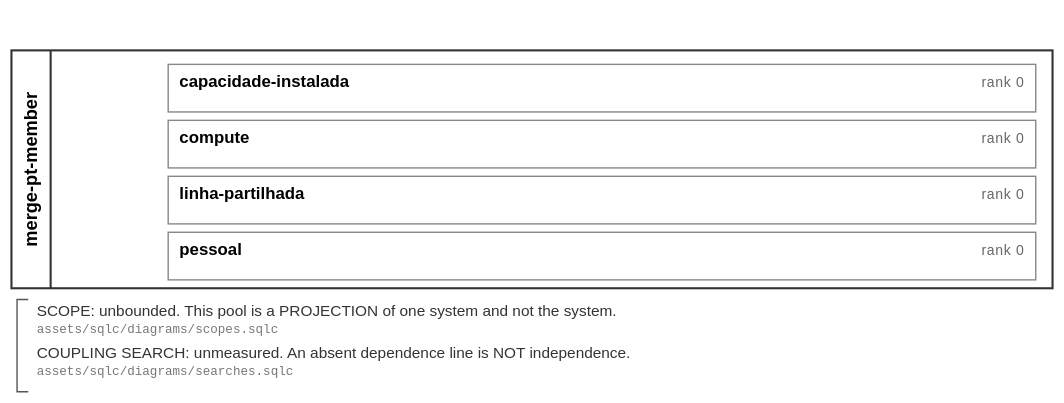
Above: assets/svg/filings/merge-pt-member.svg in soulstompp/process-modulus (BPMN), before the change. Its source is kept beside it as assets/bpmn/filings/merge-pt-member.bpmn. Ids are renumbered.
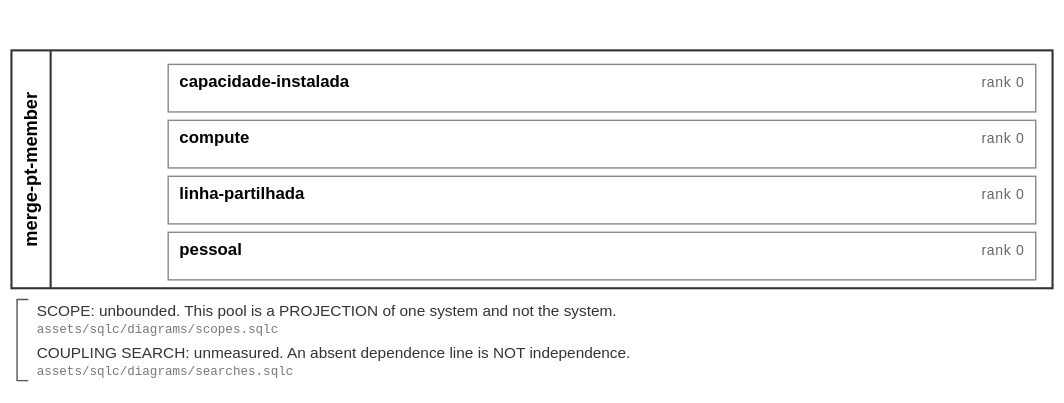
The same file after the commit.

What changed in the source:
```diff
@@ -5,6 +5,7 @@
              xmlns:tns="urn:example:filing:pt-member:2026-08-31"
              xmlns:bpmndi="http://www.omg.org/spec/BPMN/20100524/DI"
              xmlns:dc="http://www.omg.org/spec/DD/20100524/DC"
+             xmlns:di="http://www.omg.org/spec/DD/20100524/DI"
              targetNamespace="urn:example:filing:pt-member:2026-08-31"
              id="defs_merge-pt-member">
   <collaboration id="collab_merge-pt-member">
@@ -52,6 +53,12 @@
       <bpmndi:BPMNShape id="shape_merge-pt-member_lane_merge-pt-member_pessoal" bpmnElement="tns:lane_merge-pt-member_pessoal">
         <dc:Bounds x="120" y="166" width="620" height="34"/>
       </bpmndi:BPMNShape>
+      <bpmndi:BPMNShape id="shape_merge-pt-member_note_merge-pt-member_scope" bpmnElement="tns:note_merge-pt-member_scope">
+        <dc:Bounds x="20" y="214" width="720" height="28"/>
+      </bpmndi:BPMNShape>
+      <bpmndi:BPMNShape id="shape_merge-pt-member_note_merge-pt-member_search" bpmnElement="tns:note_merge-pt-member_search">
+        <dc:Bounds x="20" y="244" width="720" height="28"/>
+      </bpmndi:BPMNShape>
     </bpmndi:BPMNPlane>
   </bpmndi:BPMNDiagram>
 </definitions>
```
